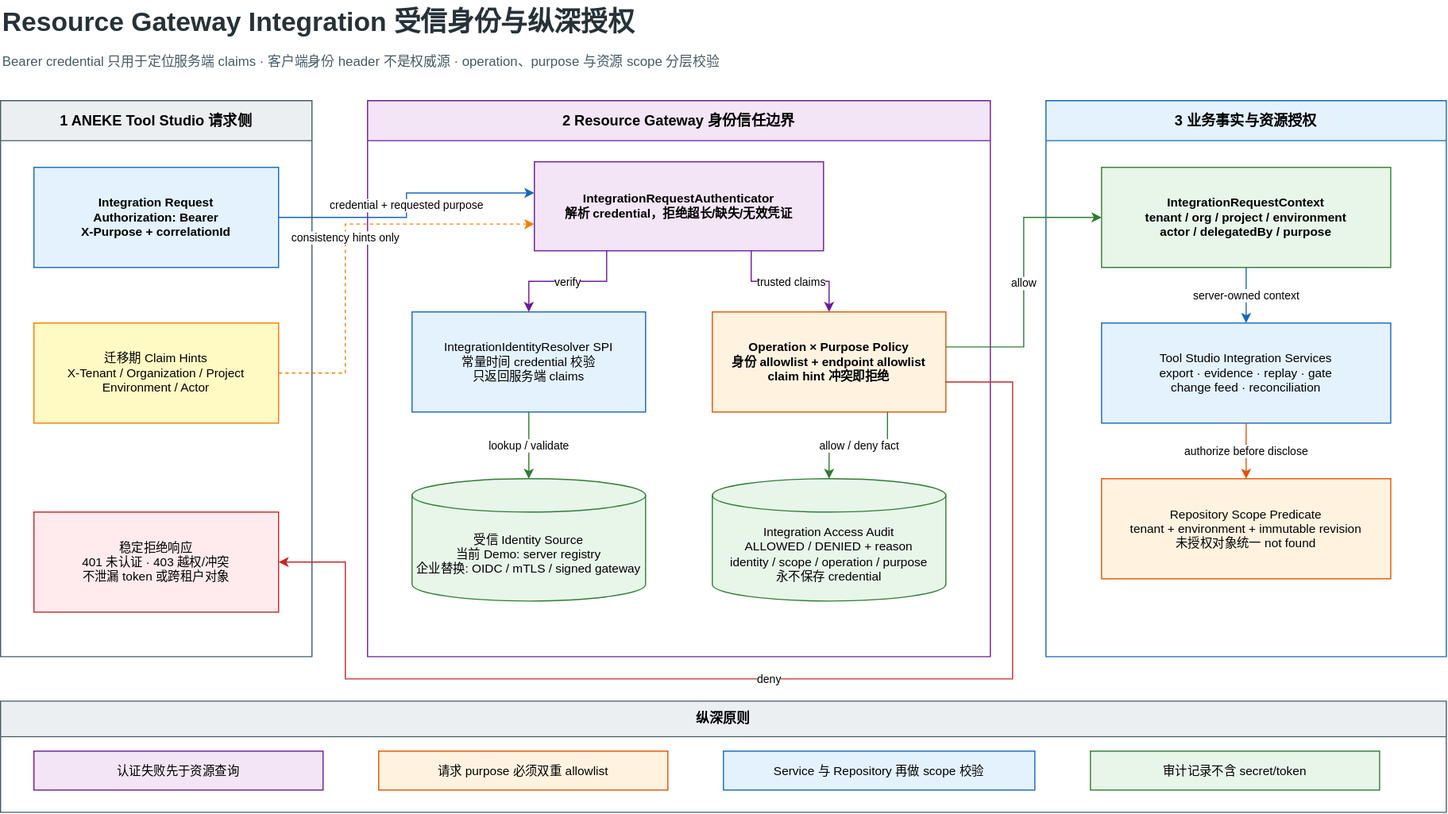
Above: docs/assets/resource-gateway-integration-trusted-identity.svg in leanowtech/bloge-examples (draw.io), before the change. Source tidied: cells renumbered, new cells last; positions are measured from the earlier drawing's top-left corner, leaving out a move shared by most shapes.
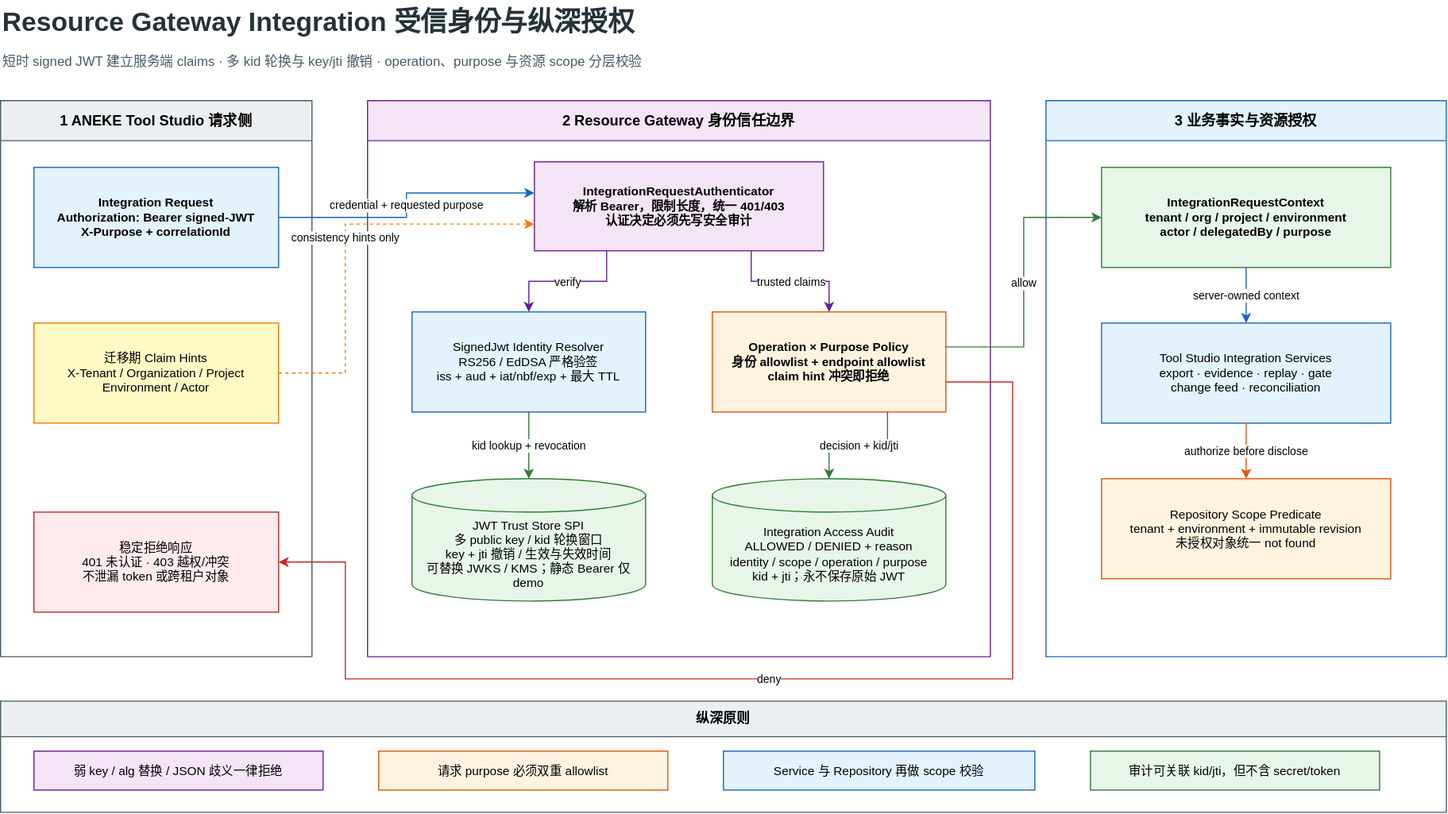
The same file after the commit.

Diff of the diagram source:
```diff
@@ -5,13 +5,13 @@
     <mxCell id="2" value="Resource Gateway Integration 受信身份与纵深授权" style="text;html=1;align=left;verticalAlign=middle;fontFamily=Arial;fontSize=24;fontStyle=1;fontColor=#263238;" parent="1" vertex="1">
       <mxGeometry width="1000" height="40" as="geometry" />
     </mxCell>
-    <mxCell id="3" value="Bearer credential 只用于定位服务端 claims · 客户端身份 header 不是权威源 · operation、purpose 与资源 scope 分层校验" style="text;html=1;align=left;verticalAlign=middle;fontFamily=Arial;fontSize=12;fontColor=#455a64;" parent="1" vertex="1">
+    <mxCell id="3" value="短时 signed JWT 建立服务端 claims · 多 kid 轮换与 key/jti 撤销 · operation、purpose 与资源 scope 分层校验" style="text;html=1;align=left;verticalAlign=middle;fontFamily=Arial;fontSize=12;fontColor=#455a64;" parent="1" vertex="1">
       <mxGeometry y="40" width="1250" height="30" as="geometry" />
     </mxCell>
     <mxCell id="4" value="1  ANEKE Tool Studio 请求侧" style="swimlane;startSize=36;horizontal=1;rounded=0;whiteSpace=wrap;html=1;fillColor=#eceff1;strokeColor=#455a64;fontFamily=Arial;fontSize=13;fontStyle=1;swimlaneFillColor=#ffffff;" parent="1" vertex="1">
       <mxGeometry y="90" width="280" height="500" as="geometry" />
     </mxCell>
-    <mxCell id="5" value="Integration Request&#10;Authorization: Bearer &lt;credential&gt;&#10;X-Purpose + correlationId" style="rounded=0;whiteSpace=wrap;html=1;fillColor=#e3f2fd;strokeColor=#1565c0;fontFamily=Arial;fontSize=11;fontStyle=1;" parent="4" vertex="1">
+    <mxCell id="5" value="Integration Request&#10;Authorization: Bearer signed-JWT&#10;X-Purpose + correlationId" style="rounded=0;whiteSpace=wrap;html=1;fillColor=#e3f2fd;strokeColor=#1565c0;fontFamily=Arial;fontSize=11;fontStyle=1;" parent="4" vertex="1">
       <mxGeometry x="30" y="60" width="220" height="90" as="geometry" />
     </mxCell>
     <mxCell id="6" value="迁移期 Claim Hints&#10;X-Tenant / Organization / Project&#10;Environment / Actor" style="rounded=0;whiteSpace=wrap;html=1;fillColor=#fff9c4;strokeColor=#f57c00;fontFamily=Arial;fontSize=11;" parent="4" vertex="1">
@@ -23,19 +23,19 @@
     <mxCell id="8" value="2  Resource Gateway 身份信任边界" style="swimlane;startSize=36;horizontal=1;rounded=0;whiteSpace=wrap;html=1;fillColor=#f3e5f5;strokeColor=#6a1b9a;fontFamily=Arial;fontSize=13;fontStyle=1;swimlaneFillColor=#ffffff;" parent="1" vertex="1">
       <mxGeometry x="330" y="90" width="560" height="500" as="geometry" />
     </mxCell>
-    <mxCell id="9" value="IntegrationRequestAuthenticator&#10;解析 credential，拒绝超长/缺失/无效凭证" style="rounded=0;whiteSpace=wrap;html=1;fillColor=#f3e5f5;strokeColor=#6a1b9a;fontFamily=Arial;fontSize=11;fontStyle=1;" parent="8" vertex="1">
+    <mxCell id="9" value="IntegrationRequestAuthenticator&#10;解析 Bearer，限制长度，统一 401/403&#10;认证决定必须先写安全审计" style="rounded=0;whiteSpace=wrap;html=1;fillColor=#f3e5f5;strokeColor=#6a1b9a;fontFamily=Arial;fontSize=11;fontStyle=1;" parent="8" vertex="1">
       <mxGeometry x="150" y="55" width="260" height="80" as="geometry" />
     </mxCell>
-    <mxCell id="10" value="IntegrationIdentityResolver SPI&#10;常量时间 credential 校验&#10;只返回服务端 claims" style="rounded=0;whiteSpace=wrap;html=1;fillColor=#e3f2fd;strokeColor=#1565c0;fontFamily=Arial;fontSize=11;" parent="8" vertex="1">
+    <mxCell id="10" value="SignedJwt Identity Resolver&#10;RS256 / EdDSA 严格验签&#10;iss + aud + iat/nbf/exp + 最大 TTL" style="rounded=0;whiteSpace=wrap;html=1;fillColor=#e3f2fd;strokeColor=#1565c0;fontFamily=Arial;fontSize=11;" parent="8" vertex="1">
       <mxGeometry x="40" y="190" width="210" height="90" as="geometry" />
     </mxCell>
     <mxCell id="11" value="Operation × Purpose Policy&#10;身份 allowlist + endpoint allowlist&#10;claim hint 冲突即拒绝" style="rounded=0;whiteSpace=wrap;html=1;fillColor=#fff3e0;strokeColor=#e65100;fontFamily=Arial;fontSize=11;fontStyle=1;" parent="8" vertex="1">
       <mxGeometry x="310" y="190" width="210" height="90" as="geometry" />
     </mxCell>
-    <mxCell id="12" value="受信 Identity Source&#10;当前 Demo: server registry&#10;企业替换: OIDC / mTLS / signed gateway" style="shape=cylinder3;whiteSpace=wrap;html=1;boundedLbl=1;backgroundOutline=1;fillColor=#e8f5e9;strokeColor=#2e7d32;fontFamily=Arial;fontSize=11;" parent="8" vertex="1">
+    <mxCell id="12" value="JWT Trust Store SPI&#10;多 public key / kid 轮换窗口&#10;key + jti 撤销 / 生效与失效时间&#10;可替换 JWKS / KMS；静态 Bearer 仅 demo" style="shape=cylinder3;whiteSpace=wrap;html=1;boundedLbl=1;backgroundOutline=1;fillColor=#e8f5e9;strokeColor=#2e7d32;fontFamily=Arial;fontSize=11;" parent="8" vertex="1">
       <mxGeometry x="40" y="340" width="210" height="110" as="geometry" />
     </mxCell>
-    <mxCell id="13" value="Integration Access Audit&#10;ALLOWED / DENIED + reason&#10;identity / scope / operation / purpose&#10;永不保存 credential" style="shape=cylinder3;whiteSpace=wrap;html=1;boundedLbl=1;backgroundOutline=1;fillColor=#e8f5e9;strokeColor=#2e7d32;fontFamily=Arial;fontSize=11;" parent="8" vertex="1">
+    <mxCell id="13" value="Integration Access Audit&#10;ALLOWED / DENIED + reason&#10;identity / scope / operation / purpose&#10;kid + jti；永不保存原始 JWT" style="shape=cylinder3;whiteSpace=wrap;html=1;boundedLbl=1;backgroundOutline=1;fillColor=#e8f5e9;strokeColor=#2e7d32;fontFamily=Arial;fontSize=11;" parent="8" vertex="1">
       <mxGeometry x="310" y="340" width="210" height="110" as="geometry" />
     </mxCell>
     <mxCell id="14" value="3  业务事实与资源授权" style="swimlane;startSize=36;horizontal=1;rounded=0;whiteSpace=wrap;html=1;fillColor=#e3f2fd;strokeColor=#1565c0;fontFamily=Arial;fontSize=13;fontStyle=1;swimlaneFillColor=#ffffff;" parent="1" vertex="1">
@@ -53,7 +53,7 @@
     <mxCell id="18" value="纵深原则" style="swimlane;startSize=32;horizontal=1;rounded=0;whiteSpace=wrap;html=1;fillColor=#eceff1;strokeColor=#455a64;fontFamily=Arial;fontSize=12;fontStyle=1;swimlaneFillColor=#ffffff;" parent="1" vertex="1">
       <mxGeometry y="630" width="1300" height="100" as="geometry" />
     </mxCell>
-    <mxCell id="19" value="认证失败先于资源查询" style="rounded=0;whiteSpace=wrap;html=1;fillColor=#f3e5f5;strokeColor=#6a1b9a;fontFamily=Arial;fontSize=11;" parent="18" vertex="1">
+    <mxCell id="19" value="弱 key / alg 替换 / JSON 歧义一律拒绝" style="rounded=0;whiteSpace=wrap;html=1;fillColor=#f3e5f5;strokeColor=#6a1b9a;fontFamily=Arial;fontSize=11;" parent="18" vertex="1">
       <mxGeometry x="30" y="45" width="260" height="35" as="geometry" />
     </mxCell>
     <mxCell id="20" value="请求 purpose 必须双重 allowlist" style="rounded=0;whiteSpace=wrap;html=1;fillColor=#fff3e0;strokeColor=#e65100;fontFamily=Arial;fontSize=11;" parent="18" vertex="1">
@@ -62,7 +62,7 @@
     <mxCell id="21" value="Service 与 Repository 再做 scope 校验" style="rounded=0;whiteSpace=wrap;html=1;fillColor=#e3f2fd;strokeColor=#1565c0;fontFamily=Arial;fontSize=11;" parent="18" vertex="1">
       <mxGeometry x="650" y="45" width="280" height="35" as="geometry" />
     </mxCell>
-    <mxCell id="22" value="审计记录不含 secret/token" style="rounded=0;whiteSpace=wrap;html=1;fillColor=#e8f5e9;strokeColor=#2e7d32;fontFamily=Arial;fontSize=11;" parent="18" vertex="1">
+    <mxCell id="22" value="审计可关联 kid/jti，但不含 secret/token" style="rounded=0;whiteSpace=wrap;html=1;fillColor=#e8f5e9;strokeColor=#2e7d32;fontFamily=Arial;fontSize=11;" parent="18" vertex="1">
       <mxGeometry x="980" y="45" width="260" height="35" as="geometry" />
     </mxCell>
     <mxCell id="23" value="credential + requested purpose" style="edgeStyle=orthogonalEdgeStyle;rounded=0;jettySize=auto;html=1;endArrow=classic;endFill=1;strokeColor=#1565c0;fontFamily=Arial;fontSize=10;labelBackgroundColor=#ffffff;exitX=1;exitY=0.5;entryX=0;entryY=0.35;" parent="1" edge="1" source="5" target="9">
@@ -79,7 +79,7 @@
     <mxCell id="25" value="verify" style="edgeStyle=orthogonalEdgeStyle;rounded=0;jettySize=auto;html=1;endArrow=classic;endFill=1;strokeColor=#6a1b9a;fontFamily=Arial;fontSize=10;labelBackgroundColor=#ffffff;exitX=0.25;exitY=1;entryX=0.5;entryY=0;" parent="1" edge="1" source="9" target="10">
       <mxGeometry relative="1" as="geometry" />
     </mxCell>
-    <mxCell id="26" value="lookup / validate" style="edgeStyle=orthogonalEdgeStyle;rounded=0;jettySize=auto;html=1;endArrow=classic;endFill=1;strokeColor=#2e7d32;fontFamily=Arial;fontSize=10;labelBackgroundColor=#ffffff;exitX=0.5;exitY=1;entryX=0.5;entryY=0;" parent="1" edge="1" source="10" target="12">
+    <mxCell id="26" value="kid lookup + revocation" style="edgeStyle=orthogonalEdgeStyle;rounded=0;jettySize=auto;html=1;endArrow=classic;endFill=1;strokeColor=#2e7d32;fontFamily=Arial;fontSize=10;labelBackgroundColor=#ffffff;exitX=0.5;exitY=1;entryX=0.5;entryY=0;" parent="1" edge="1" source="10" target="12">
       <mxGeometry relative="1" as="geometry" />
     </mxCell>
     <mxCell id="27" value="trusted claims" style="edgeStyle=orthogonalEdgeStyle;rounded=0;jettySize=auto;html=1;endArrow=classic;endFill=1;strokeColor=#6a1b9a;fontFamily=Arial;fontSize=10;labelBackgroundColor=#ffffff;exitX=0.75;exitY=1;entryX=0.5;entryY=0;" parent="1" edge="1" source="9" target="11">
@@ -98,7 +98,7 @@
         </Array>
       </mxGeometry>
     </mxCell>
-    <mxCell id="30" value="allow / deny fact" style="edgeStyle=orthogonalEdgeStyle;rounded=0;jettySize=auto;html=1;endArrow=classic;endFill=1;strokeColor=#2e7d32;fontFamily=Arial;fontSize=10;labelBackgroundColor=#ffffff;exitX=0.75;exitY=1;entryX=0.5;entryY=0;" parent="1" edge="1" source="11" target="13">
+    <mxCell id="30" value="decision + kid/jti" style="edgeStyle=orthogonalEdgeStyle;rounded=0;jettySize=auto;html=1;endArrow=classic;endFill=1;strokeColor=#2e7d32;fontFamily=Arial;fontSize=10;labelBackgroundColor=#ffffff;exitX=0.75;exitY=1;entryX=0.5;entryY=0;" parent="1" edge="1" source="11" target="13">
       <mxGeometry relative="1" as="geometry" />
     </mxCell>
     <mxCell id="31" value="server-owned context" style="edgeStyle=orthogonalEdgeStyle;rounded=0;jettySize=auto;html=1;endArrow=classic;endFill=1;strokeColor=#1565c0;fontFamily=Arial;fontSize=10;labelBackgroundColor=#ffffff;exitX=0.5;exitY=1;entryX=0.5;entryY=0;" parent="1" edge="1" source="15" target="16">
```
